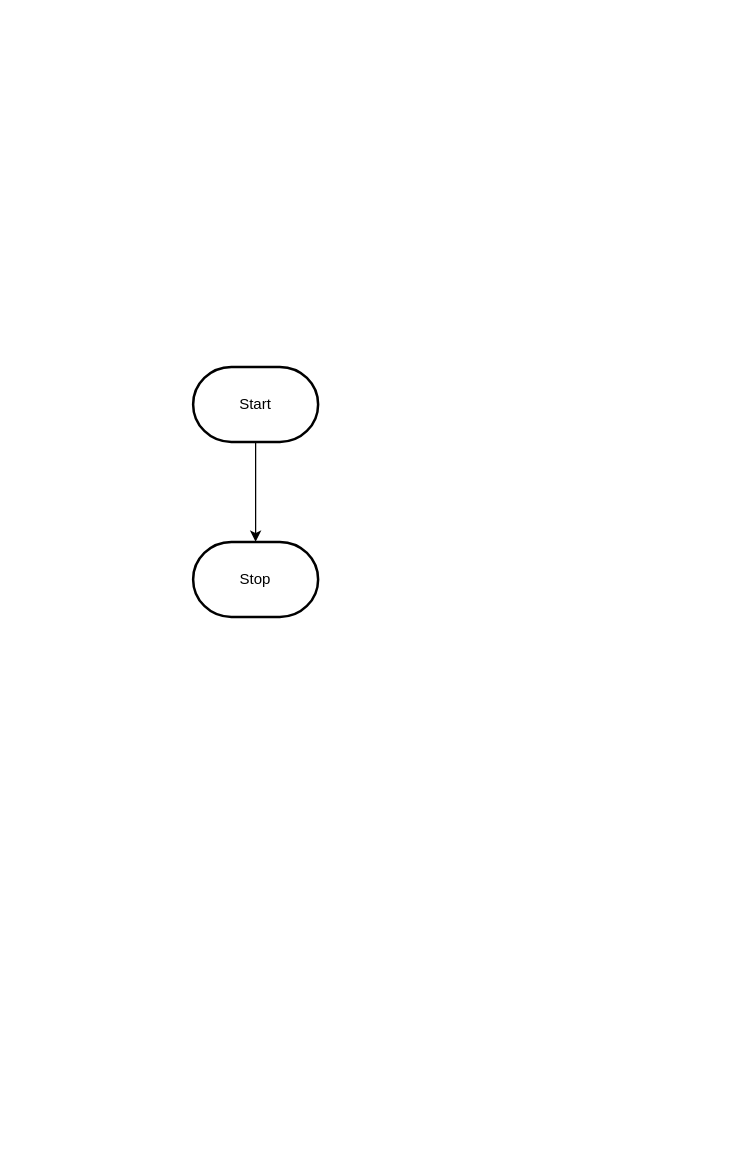
Earlier version of the draw.io diagram design/flowchart.drawio (MTHS-ICS2O-2-2022/ics2o---unit-5-05-Colton-Grant). Source tidied: cells renumbered, new cells numbered last; positions are measured from the earlier drawing's top-left corner, leaving out a move shared by most shapes. Both pictures are drawn from the tidied source at 125%, with x=0, y=0 at pixel (192, 366).
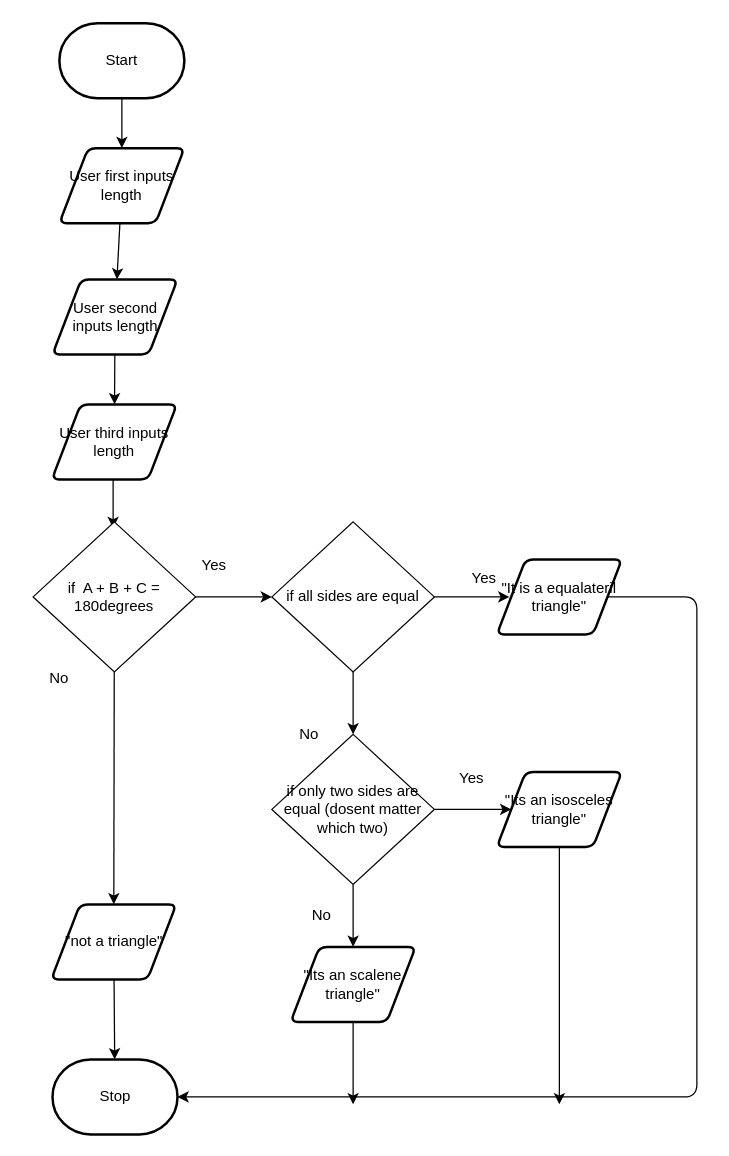
Above is the later version.

Diff of the diagram source:
```diff
@@
-    <mxCell id="2" style="edgeStyle=orthogonalEdgeStyle;html=1;rounded=0;" parent="1" edge="1" source="3" target="4">
-      <mxGeometry relative="1" as="geometry" />
-    </mxCell>
+    <mxCell id="5" style="edgeStyle=none;html=1;" parent="1" edge="1" source="3" target="8">
+      <mxGeometry relative="1" as="geometry" />
+    </mxCell>
     <mxCell id="3" value="Start" style="strokeWidth=2;html=1;shape=mxgraph.flowchart.terminator;whiteSpace=wrap;" parent="1" vertex="1">
-      <mxGeometry width="100" height="60" as="geometry" />
+      <mxGeometry x="-107" y="-275" width="100" height="60" as="geometry" />
     </mxCell>
+    <mxCell id="6" style="edgeStyle=none;html=1;" parent="1" edge="1">
+      <mxGeometry relative="1" as="geometry">
+        <mxPoint x="-64" y="89" as="sourcePoint" />
+        <mxPoint x="-64" y="129" as="targetPoint" />
+      </mxGeometry>
+    </mxCell>
+    <mxCell id="7" style="edgeStyle=none;html=1;" parent="1" edge="1" source="8" target="33">
+      <mxGeometry relative="1" as="geometry" />
+    </mxCell>
+    <mxCell id="8" value="User first inputs length" style="shape=parallelogram;html=1;strokeWidth=2;perimeter=parallelogramPerimeter;whiteSpace=wrap;rounded=1;arcSize=12;size=0.23;" parent="1" vertex="1">
+      <mxGeometry x="-107" y="-175" width="100" height="60" as="geometry" />
+    </mxCell>
+    <mxCell id="9" style="edgeStyle=none;html=1;" parent="1" edge="1" source="10" target="4">
+      <mxGeometry relative="1" as="geometry" />
+    </mxCell>
+    <mxCell id="10" value="&quot;not a triangle&quot;" style="shape=parallelogram;html=1;strokeWidth=2;perimeter=parallelogramPerimeter;whiteSpace=wrap;rounded=1;arcSize=12;size=0.23;" parent="1" vertex="1">
+      <mxGeometry x="-113.5" y="430" width="100" height="60" as="geometry" />
+    </mxCell>
     <mxCell id="4" value="Stop" style="strokeWidth=2;html=1;shape=mxgraph.flowchart.terminator;whiteSpace=wrap;" parent="1" vertex="1">
-      <mxGeometry y="140" width="100" height="60" as="geometry" />
+      <mxGeometry x="-112.5" y="554" width="100" height="60" as="geometry" />
     </mxCell>
+    <mxCell id="11" style="edgeStyle=none;html=1;" parent="1" edge="1" source="13" target="10">
+      <mxGeometry relative="1" as="geometry" />
+    </mxCell>
+    <mxCell id="12" style="edgeStyle=none;html=1;entryX=0;entryY=0.5;entryDx=0;entryDy=0;" parent="1" edge="1" source="13" target="20">
+      <mxGeometry relative="1" as="geometry" />
+    </mxCell>
+    <mxCell id="13" value="if&amp;nbsp; A + B + C = 180degrees" style="rhombus;whiteSpace=wrap;html=1;" parent="1" vertex="1">
+      <mxGeometry x="-128" y="124" width="130" height="120" as="geometry" />
+    </mxCell>
+    <mxCell id="14" style="edgeStyle=none;html=1;entryX=1;entryY=0.5;entryDx=0;entryDy=0;entryPerimeter=0;" parent="1" edge="1" source="15" target="4">
+      <mxGeometry relative="1" as="geometry">
+        <Array as="points">
+          <mxPoint x="403" y="184" />
+          <mxPoint x="403" y="584" />
+        </Array>
+      </mxGeometry>
+    </mxCell>
+    <mxCell id="15" value="&quot;It is a equalateril triangle&quot;" style="shape=parallelogram;html=1;strokeWidth=2;perimeter=parallelogramPerimeter;whiteSpace=wrap;rounded=1;arcSize=12;size=0.23;" parent="1" vertex="1">
+      <mxGeometry x="243" y="154" width="100" height="60" as="geometry" />
+    </mxCell>
+    <mxCell id="16" style="edgeStyle=none;html=1;" parent="1" edge="1" source="17">
+      <mxGeometry relative="1" as="geometry">
+        <mxPoint x="293" y="590" as="targetPoint" />
+      </mxGeometry>
+    </mxCell>
+    <mxCell id="17" value="&quot;Its an isosceles triangle&quot;" style="shape=parallelogram;html=1;strokeWidth=2;perimeter=parallelogramPerimeter;whiteSpace=wrap;rounded=1;arcSize=12;size=0.23;" parent="1" vertex="1">
+      <mxGeometry x="243" y="324" width="100" height="60" as="geometry" />
+    </mxCell>
+    <mxCell id="18" style="edgeStyle=none;html=1;" parent="1" edge="1" source="20">
+      <mxGeometry relative="1" as="geometry">
+        <mxPoint x="253" y="184" as="targetPoint" />
+      </mxGeometry>
+    </mxCell>
+    <mxCell id="19" style="edgeStyle=none;html=1;" parent="1" edge="1" source="20" target="23">
+      <mxGeometry relative="1" as="geometry" />
+    </mxCell>
+    <mxCell id="20" value="if all sides are equal" style="rhombus;whiteSpace=wrap;html=1;" parent="1" vertex="1">
+      <mxGeometry x="63" y="124" width="130" height="120" as="geometry" />
+    </mxCell>
+    <mxCell id="21" style="edgeStyle=none;html=1;" parent="1" edge="1" source="23" target="17">
+      <mxGeometry relative="1" as="geometry" />
+    </mxCell>
+    <mxCell id="22" style="edgeStyle=none;html=1;entryX=0.5;entryY=0;entryDx=0;entryDy=0;" parent="1" edge="1" source="23" target="25">
+      <mxGeometry relative="1" as="geometry" />
+    </mxCell>
+    <mxCell id="23" value="if only two sides are equal (dosent matter which two)" style="rhombus;whiteSpace=wrap;html=1;" parent="1" vertex="1">
+      <mxGeometry x="63" y="294" width="130" height="120" as="geometry" />
+    </mxCell>
+    <mxCell id="24" style="edgeStyle=none;html=1;" parent="1" edge="1" source="25">
+      <mxGeometry relative="1" as="geometry">
+        <mxPoint x="128" y="590" as="targetPoint" />
+      </mxGeometry>
+    </mxCell>
+    <mxCell id="25" value="&quot;Its an scalene triangle&quot;" style="shape=parallelogram;html=1;strokeWidth=2;perimeter=parallelogramPerimeter;whiteSpace=wrap;rounded=1;arcSize=12;size=0.23;" parent="1" vertex="1">
+      <mxGeometry x="78" y="464" width="100" height="60" as="geometry" />
+    </mxCell>
+    <mxCell id="26" value="Yes" style="text;html=1;strokeColor=none;fillColor=none;align=center;verticalAlign=middle;whiteSpace=wrap;rounded=0;" parent="1" vertex="1">
+      <mxGeometry x="-13.5" y="144" width="60" height="30" as="geometry" />
+    </mxCell>
+    <mxCell id="27" value="Yes" style="text;html=1;strokeColor=none;fillColor=none;align=center;verticalAlign=middle;whiteSpace=wrap;rounded=0;" parent="1" vertex="1">
+      <mxGeometry x="203" y="154" width="60" height="30" as="geometry" />
+    </mxCell>
+    <mxCell id="28" value="Yes" style="text;html=1;strokeColor=none;fillColor=none;align=center;verticalAlign=middle;whiteSpace=wrap;rounded=0;" parent="1" vertex="1">
+      <mxGeometry x="193" y="314" width="60" height="30" as="geometry" />
+    </mxCell>
+    <mxCell id="29" value="No" style="text;html=1;strokeColor=none;fillColor=none;align=center;verticalAlign=middle;whiteSpace=wrap;rounded=0;" parent="1" vertex="1">
+      <mxGeometry x="-137" y="234" width="60" height="30" as="geometry" />
+    </mxCell>
+    <mxCell id="30" value="No" style="text;html=1;strokeColor=none;fillColor=none;align=center;verticalAlign=middle;whiteSpace=wrap;rounded=0;" parent="1" vertex="1">
+      <mxGeometry x="63" y="279" width="60" height="30" as="geometry" />
+    </mxCell>
+    <mxCell id="31" value="No" style="text;html=1;strokeColor=none;fillColor=none;align=center;verticalAlign=middle;whiteSpace=wrap;rounded=0;" parent="1" vertex="1">
+      <mxGeometry x="73" y="424" width="60" height="30" as="geometry" />
+    </mxCell>
+    <mxCell id="32" style="edgeStyle=none;html=1;" parent="1" edge="1" source="33" target="34">
+      <mxGeometry relative="1" as="geometry" />
+    </mxCell>
+    <mxCell id="33" value="User second inputs length" style="shape=parallelogram;html=1;strokeWidth=2;perimeter=parallelogramPerimeter;whiteSpace=wrap;rounded=1;arcSize=12;size=0.23;" parent="1" vertex="1">
+      <mxGeometry x="-112.5" y="-70" width="100" height="60" as="geometry" />
+    </mxCell>
+    <mxCell id="34" value="User third inputs length" style="shape=parallelogram;html=1;strokeWidth=2;perimeter=parallelogramPerimeter;whiteSpace=wrap;rounded=1;arcSize=12;size=0.23;" parent="1" vertex="1">
+      <mxGeometry x="-113" y="30" width="100" height="60" as="geometry" />
+    </mxCell>
```
